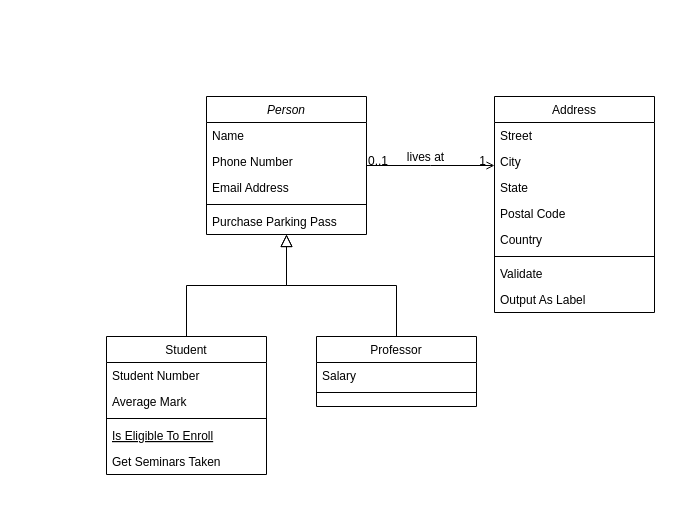
This is Untitled Diagram.drawio from coelhos-gabi/projeto-oo, a draw.io file, before an edit. Source tidied: cells renumbered, new cells numbered last; positions are measured from the earlier drawing's top-left corner, leaving out a move shared by most shapes. Both pictures are drawn from the tidied source at 100%, with x=0, y=0 at pixel (106, 96).
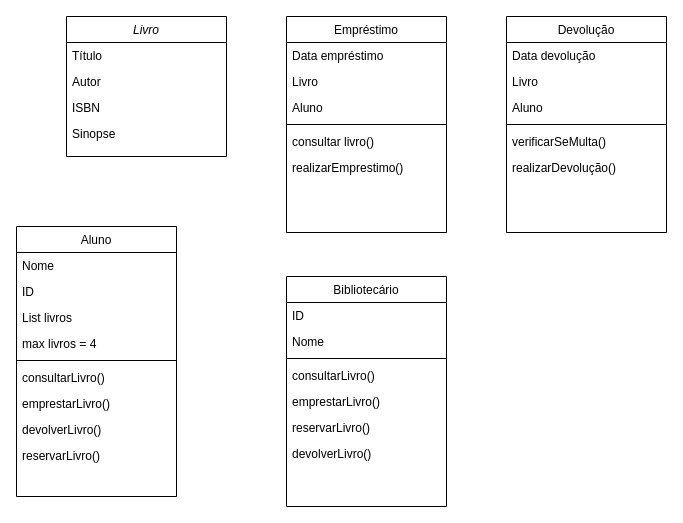
After the change.

Diff of the diagram source:
```diff
@@
-    <mxCell id="2" value="Person" style="swimlane;fontStyle=2;align=center;verticalAlign=top;horizontal=1;startSize=26;rounded=0;shadow=0;strokeWidth=1;" parent="1" vertex="1">
-      <mxGeometry x="100" width="160" height="138" as="geometry" />
+    <mxCell id="2" value="Livro" style="swimlane;fontStyle=2;align=center;verticalAlign=top;horizontal=1;startSize=26;rounded=0;shadow=0;strokeWidth=1;" parent="1" vertex="1">
+      <mxGeometry x="-40" y="-80" width="160" height="140" as="geometry" />
     </mxCell>
-    <mxCell id="3" value="Name" style="text;align=left;verticalAlign=top;spacingLeft=4;spacingRight=4;overflow=hidden;" parent="2" vertex="1">
+    <mxCell id="3" value="Título" style="text;align=left;verticalAlign=top;spacingLeft=4;spacingRight=4;overflow=hidden;" parent="2" vertex="1">
       <mxGeometry y="26" width="160" height="26" as="geometry" />
     </mxCell>
-    <mxCell id="4" value="Phone Number" style="text;align=left;verticalAlign=top;spacingLeft=4;spacingRight=4;overflow=hidden;rounded=0;shadow=0;html=0;" parent="2" vertex="1">
+    <mxCell id="4" value="Autor" style="text;align=left;verticalAlign=top;spacingLeft=4;spacingRight=4;overflow=hidden;rounded=0;shadow=0;html=0;" parent="2" vertex="1">
       <mxGeometry y="52" width="160" height="26" as="geometry" />
     </mxCell>
-    <mxCell id="5" value="Email Address" style="text;align=left;verticalAlign=top;spacingLeft=4;spacingRight=4;overflow=hidden;rounded=0;shadow=0;html=0;" parent="2" vertex="1">
+    <mxCell id="5" value="ISBN" style="text;align=left;verticalAlign=top;spacingLeft=4;spacingRight=4;overflow=hidden;rounded=0;shadow=0;html=0;" parent="2" vertex="1">
       <mxGeometry y="78" width="160" height="26" as="geometry" />
     </mxCell>
-    <mxCell id="6" style="line;html=1;strokeWidth=1;align=left;verticalAlign=middle;spacingTop=-1;spacingLeft=3;spacingRight=3;labelPosition=right;" parent="2" vertex="1">
-      <mxGeometry y="104" width="160" height="8" as="geometry" />
-    </mxCell>
-    <mxCell id="7" value="Purchase Parking Pass" style="text;align=left;verticalAlign=top;spacingLeft=4;spacingRight=4;overflow=hidden;" parent="2" vertex="1">
-      <mxGeometry y="112" width="160" height="26" as="geometry" />
-    </mxCell>
+    <mxCell id="32" value="Sinopse" style="text;align=left;verticalAlign=top;spacingLeft=4;spacingRight=4;overflow=hidden;rounded=0;shadow=0;html=0;" parent="2" vertex="1">
+      <mxGeometry y="104" width="160" height="26" as="geometry" />
+    </mxCell>
-    <mxCell id="8" value="Student" style="swimlane;fontStyle=0;align=center;verticalAlign=top;horizontal=1;startSize=26;rounded=0;shadow=0;strokeWidth=1;" parent="1" vertex="1">
-      <mxGeometry y="240" width="160" height="138" as="geometry" />
+    <mxCell id="8" value="Aluno" style="swimlane;fontStyle=0;align=center;verticalAlign=top;horizontal=1;startSize=26;rounded=0;shadow=0;strokeWidth=1;" parent="1" vertex="1">
+      <mxGeometry x="-90" y="130" width="160" height="270" as="geometry" />
     </mxCell>
-    <mxCell id="9" value="Student Number" style="text;align=left;verticalAlign=top;spacingLeft=4;spacingRight=4;overflow=hidden;" parent="8" vertex="1">
+    <mxCell id="9" value="Nome" style="text;align=left;verticalAlign=top;spacingLeft=4;spacingRight=4;overflow=hidden;" parent="8" vertex="1">
       <mxGeometry y="26" width="160" height="26" as="geometry" />
     </mxCell>
-    <mxCell id="10" value="Average Mark" style="text;align=left;verticalAlign=top;spacingLeft=4;spacingRight=4;overflow=hidden;rounded=0;shadow=0;html=0;" parent="8" vertex="1">
+    <mxCell id="10" value="ID" style="text;align=left;verticalAlign=top;spacingLeft=4;spacingRight=4;overflow=hidden;rounded=0;shadow=0;html=0;" parent="8" vertex="1">
       <mxGeometry y="52" width="160" height="26" as="geometry" />
     </mxCell>
-    <mxCell id="11" style="line;html=1;strokeWidth=1;align=left;verticalAlign=middle;spacingTop=-1;spacingLeft=3;spacingRight=3;labelPosition=right;" parent="8" vertex="1">
-      <mxGeometry y="78" width="160" height="8" as="geometry" />
-    </mxCell>
-    <mxCell id="12" value="Is Eligible To Enroll" style="text;align=left;verticalAlign=top;spacingLeft=4;spacingRight=4;overflow=hidden;fontStyle=4;" parent="8" vertex="1">
-      <mxGeometry y="86" width="160" height="26" as="geometry" />
-    </mxCell>
-    <mxCell id="13" value="Get Seminars Taken" style="text;align=left;verticalAlign=top;spacingLeft=4;spacingRight=4;overflow=hidden;" parent="8" vertex="1">
-      <mxGeometry y="112" width="160" height="26" as="geometry" />
+    <mxCell id="13" value="List livros" style="text;align=left;verticalAlign=top;spacingLeft=4;spacingRight=4;overflow=hidden;" parent="8" vertex="1">
+      <mxGeometry y="78" width="160" height="26" as="geometry" />
     </mxCell>
-    <mxCell id="14" style="endArrow=block;endSize=10;endFill=0;shadow=0;strokeWidth=1;rounded=0;edgeStyle=elbowEdgeStyle;elbow=vertical;" parent="1" edge="1" source="8" target="2">
-      <mxGeometry relative="1" as="geometry" />
-    </mxCell>
+    <mxCell id="33" value="max livros = 4" style="text;align=left;verticalAlign=top;spacingLeft=4;spacingRight=4;overflow=hidden;" parent="8" vertex="1">
+      <mxGeometry y="104" width="160" height="26" as="geometry" />
+    </mxCell>
+    <mxCell id="34" style="line;html=1;strokeWidth=1;align=left;verticalAlign=middle;spacingTop=-1;spacingLeft=3;spacingRight=3;labelPosition=right;" parent="8" vertex="1">
+      <mxGeometry y="130" width="160" height="8" as="geometry" />
+    </mxCell>
+    <mxCell id="35" value="consultarLivro()" style="text;align=left;verticalAlign=top;spacingLeft=4;spacingRight=4;overflow=hidden;" parent="8" vertex="1">
+      <mxGeometry y="138" width="160" height="26" as="geometry" />
+    </mxCell>
+    <mxCell id="36" value="emprestarLivro()" style="text;align=left;verticalAlign=top;spacingLeft=4;spacingRight=4;overflow=hidden;" parent="8" vertex="1">
+      <mxGeometry y="164" width="160" height="26" as="geometry" />
+    </mxCell>
+    <mxCell id="37" value="devolverLivro()" style="text;align=left;verticalAlign=top;spacingLeft=4;spacingRight=4;overflow=hidden;" parent="8" vertex="1">
+      <mxGeometry y="190" width="160" height="26" as="geometry" />
+    </mxCell>
+    <mxCell id="38" value="reservarLivro()" style="text;align=left;verticalAlign=top;spacingLeft=4;spacingRight=4;overflow=hidden;" parent="8" vertex="1">
+      <mxGeometry y="216" width="160" height="26" as="geometry" />
+    </mxCell>
-    <mxCell id="15" value="Professor" style="swimlane;fontStyle=0;align=center;verticalAlign=top;horizontal=1;startSize=26;rounded=0;shadow=0;strokeWidth=1;" parent="1" vertex="1">
-      <mxGeometry x="210" y="240" width="160" height="70" as="geometry" />
+    <mxCell id="15" value="Bibliotecário" style="swimlane;fontStyle=0;align=center;verticalAlign=top;horizontal=1;startSize=26;rounded=0;shadow=0;strokeWidth=1;" parent="1" vertex="1">
+      <mxGeometry x="180" y="180" width="160" height="230" as="geometry" />
     </mxCell>
-    <mxCell id="16" value="Salary" style="text;align=left;verticalAlign=top;spacingLeft=4;spacingRight=4;overflow=hidden;" parent="15" vertex="1">
+    <mxCell id="16" value="ID" style="text;align=left;verticalAlign=top;spacingLeft=4;spacingRight=4;overflow=hidden;" parent="15" vertex="1">
       <mxGeometry y="26" width="160" height="26" as="geometry" />
     </mxCell>
-    <mxCell id="17" style="line;html=1;strokeWidth=1;align=left;verticalAlign=middle;spacingTop=-1;spacingLeft=3;spacingRight=3;labelPosition=right;" parent="15" vertex="1">
-      <mxGeometry y="52" width="160" height="8" as="geometry" />
-    </mxCell>
-    <mxCell id="18" style="endArrow=block;endSize=10;endFill=0;shadow=0;strokeWidth=1;rounded=0;edgeStyle=elbowEdgeStyle;elbow=vertical;" parent="1" edge="1" source="15" target="2">
-      <mxGeometry relative="1" as="geometry" />
-    </mxCell>
+    <mxCell id="39" value="Nome" style="text;align=left;verticalAlign=top;spacingLeft=4;spacingRight=4;overflow=hidden;" parent="15" vertex="1">
+      <mxGeometry y="52" width="160" height="26" as="geometry" />
+    </mxCell>
+    <mxCell id="11" style="line;html=1;strokeWidth=1;align=left;verticalAlign=middle;spacingTop=-1;spacingLeft=3;spacingRight=3;labelPosition=right;" parent="15" vertex="1">
+      <mxGeometry y="78" width="160" height="8" as="geometry" />
+    </mxCell>
+    <mxCell id="40" value="consultarLivro()" style="text;align=left;verticalAlign=top;spacingLeft=4;spacingRight=4;overflow=hidden;" parent="15" vertex="1">
+      <mxGeometry y="86" width="160" height="26" as="geometry" />
+    </mxCell>
+    <mxCell id="41" value="emprestarLivro()" style="text;align=left;verticalAlign=top;spacingLeft=4;spacingRight=4;overflow=hidden;" parent="15" vertex="1">
+      <mxGeometry y="112" width="160" height="26" as="geometry" />
+    </mxCell>
+    <mxCell id="42" value="reservarLivro()" style="text;align=left;verticalAlign=top;spacingLeft=4;spacingRight=4;overflow=hidden;" parent="15" vertex="1">
+      <mxGeometry y="138" width="160" height="26" as="geometry" />
+    </mxCell>
+    <mxCell id="43" value="devolverLivro()" style="text;align=left;verticalAlign=top;spacingLeft=4;spacingRight=4;overflow=hidden;" parent="15" vertex="1">
+      <mxGeometry y="164" width="160" height="26" as="geometry" />
+    </mxCell>
-    <mxCell id="19" value="Address" style="swimlane;fontStyle=0;align=center;verticalAlign=top;horizontal=1;startSize=26;rounded=0;shadow=0;strokeWidth=1;" parent="1" vertex="1">
-      <mxGeometry x="388" width="160" height="216" as="geometry" />
+    <mxCell id="19" value="Empréstimo" style="swimlane;fontStyle=0;align=center;verticalAlign=top;horizontal=1;startSize=26;rounded=0;shadow=0;strokeWidth=1;" parent="1" vertex="1">
+      <mxGeometry x="180" y="-80" width="160" height="216" as="geometry" />
     </mxCell>
-    <mxCell id="20" value="Street" style="text;align=left;verticalAlign=top;spacingLeft=4;spacingRight=4;overflow=hidden;" parent="19" vertex="1">
+    <mxCell id="20" value="Data empréstimo" style="text;align=left;verticalAlign=top;spacingLeft=4;spacingRight=4;overflow=hidden;" parent="19" vertex="1">
       <mxGeometry y="26" width="160" height="26" as="geometry" />
     </mxCell>
-    <mxCell id="21" value="City" style="text;align=left;verticalAlign=top;spacingLeft=4;spacingRight=4;overflow=hidden;rounded=0;shadow=0;html=0;" parent="19" vertex="1">
+    <mxCell id="21" value="Livro" style="text;align=left;verticalAlign=top;spacingLeft=4;spacingRight=4;overflow=hidden;rounded=0;shadow=0;html=0;" parent="19" vertex="1">
       <mxGeometry y="52" width="160" height="26" as="geometry" />
     </mxCell>
-    <mxCell id="22" value="State" style="text;align=left;verticalAlign=top;spacingLeft=4;spacingRight=4;overflow=hidden;rounded=0;shadow=0;html=0;" parent="19" vertex="1">
+    <mxCell id="22" value="Aluno" style="text;align=left;verticalAlign=top;spacingLeft=4;spacingRight=4;overflow=hidden;rounded=0;shadow=0;html=0;" parent="19" vertex="1">
       <mxGeometry y="78" width="160" height="26" as="geometry" />
     </mxCell>
-    <mxCell id="23" value="Postal Code" style="text;align=left;verticalAlign=top;spacingLeft=4;spacingRight=4;overflow=hidden;rounded=0;shadow=0;html=0;" parent="19" vertex="1">
-      <mxGeometry y="104" width="160" height="26" as="geometry" />
-    </mxCell>
-    <mxCell id="24" value="Country" style="text;align=left;verticalAlign=top;spacingLeft=4;spacingRight=4;overflow=hidden;rounded=0;shadow=0;html=0;" parent="19" vertex="1">
-      <mxGeometry y="130" width="160" height="26" as="geometry" />
-    </mxCell>
     <mxCell id="25" style="line;html=1;strokeWidth=1;align=left;verticalAlign=middle;spacingTop=-1;spacingLeft=3;spacingRight=3;labelPosition=right;" parent="19" vertex="1">
-      <mxGeometry y="156" width="160" height="8" as="geometry" />
+      <mxGeometry y="104" width="160" height="8" as="geometry" />
     </mxCell>
-    <mxCell id="26" value="Validate" style="text;align=left;verticalAlign=top;spacingLeft=4;spacingRight=4;overflow=hidden;" parent="19" vertex="1">
-      <mxGeometry y="164" width="160" height="26" as="geometry" />
-    </mxCell>
-    <mxCell id="27" value="Output As Label" style="text;align=left;verticalAlign=top;spacingLeft=4;spacingRight=4;overflow=hidden;" parent="19" vertex="1">
-      <mxGeometry y="190" width="160" height="26" as="geometry" />
-    </mxCell>
-    <mxCell id="28" style="endArrow=open;shadow=0;strokeWidth=1;rounded=0;endFill=1;edgeStyle=elbowEdgeStyle;elbow=vertical;" parent="1" edge="1" source="2" target="19">
-      <mxGeometry x="0.5" y="41" relative="1" as="geometry">
-        <mxPoint x="-40" y="32" as="offset" />
-      </mxGeometry>
-    </mxCell>
-    <mxCell id="29" value="0..1" style="align=left;verticalAlign=bottom;labelBackgroundColor=none;fontSize=12;" parent="28" vertex="1">
-      <mxGeometry x="-1" relative="1" as="geometry">
-        <mxPoint y="4" as="offset" />
-      </mxGeometry>
-    </mxCell>
-    <mxCell id="30" value="1" style="align=right;verticalAlign=bottom;labelBackgroundColor=none;fontSize=12;" parent="28" vertex="1">
-      <mxGeometry x="1" relative="1" as="geometry">
-        <mxPoint x="-7" y="4" as="offset" />
-      </mxGeometry>
-    </mxCell>
-    <mxCell id="31" value="lives at" style="text;html=1;align=center;verticalAlign=middle;labelBackgroundColor=none;rounded=0;shadow=0;strokeWidth=1;fontSize=12;" parent="28" vertex="1">
-      <mxGeometry x="0.5" y="49" relative="1" as="geometry">
-        <mxPoint x="-38" y="40" as="offset" />
-      </mxGeometry>
-    </mxCell>
+    <mxCell id="44" value="consultar livro()" style="text;align=left;verticalAlign=top;spacingLeft=4;spacingRight=4;overflow=hidden;rounded=0;shadow=0;html=0;" parent="19" vertex="1">
+      <mxGeometry y="112" width="160" height="26" as="geometry" />
+    </mxCell>
+    <mxCell id="45" value="realizarEmprestimo()" style="text;align=left;verticalAlign=top;spacingLeft=4;spacingRight=4;overflow=hidden;rounded=0;shadow=0;html=0;" parent="19" vertex="1">
+      <mxGeometry y="138" width="160" height="26" as="geometry" />
+    </mxCell>
+    <mxCell id="46" value="Devolução" style="swimlane;fontStyle=0;align=center;verticalAlign=top;horizontal=1;startSize=26;rounded=0;shadow=0;strokeWidth=1;" parent="1" vertex="1">
+      <mxGeometry x="400" y="-80" width="160" height="216" as="geometry" />
+    </mxCell>
+    <mxCell id="47" value="Data devolução" style="text;align=left;verticalAlign=top;spacingLeft=4;spacingRight=4;overflow=hidden;" parent="46" vertex="1">
+      <mxGeometry y="26" width="160" height="26" as="geometry" />
+    </mxCell>
+    <mxCell id="48" value="Livro" style="text;align=left;verticalAlign=top;spacingLeft=4;spacingRight=4;overflow=hidden;rounded=0;shadow=0;html=0;" parent="46" vertex="1">
+      <mxGeometry y="52" width="160" height="26" as="geometry" />
+    </mxCell>
+    <mxCell id="49" value="Aluno" style="text;align=left;verticalAlign=top;spacingLeft=4;spacingRight=4;overflow=hidden;rounded=0;shadow=0;html=0;" parent="46" vertex="1">
+      <mxGeometry y="78" width="160" height="26" as="geometry" />
+    </mxCell>
+    <mxCell id="6" style="line;html=1;strokeWidth=1;align=left;verticalAlign=middle;spacingTop=-1;spacingLeft=3;spacingRight=3;labelPosition=right;" parent="46" vertex="1">
+      <mxGeometry y="104" width="160" height="8" as="geometry" />
+    </mxCell>
+    <mxCell id="50" value="verificarSeMulta()" style="text;align=left;verticalAlign=top;spacingLeft=4;spacingRight=4;overflow=hidden;rounded=0;shadow=0;html=0;" parent="46" vertex="1">
+      <mxGeometry y="112" width="160" height="26" as="geometry" />
+    </mxCell>
+    <mxCell id="51" value="realizarDevolução()" style="text;align=left;verticalAlign=top;spacingLeft=4;spacingRight=4;overflow=hidden;rounded=0;shadow=0;html=0;" parent="46" vertex="1">
+      <mxGeometry y="138" width="160" height="26" as="geometry" />
+    </mxCell>
```
